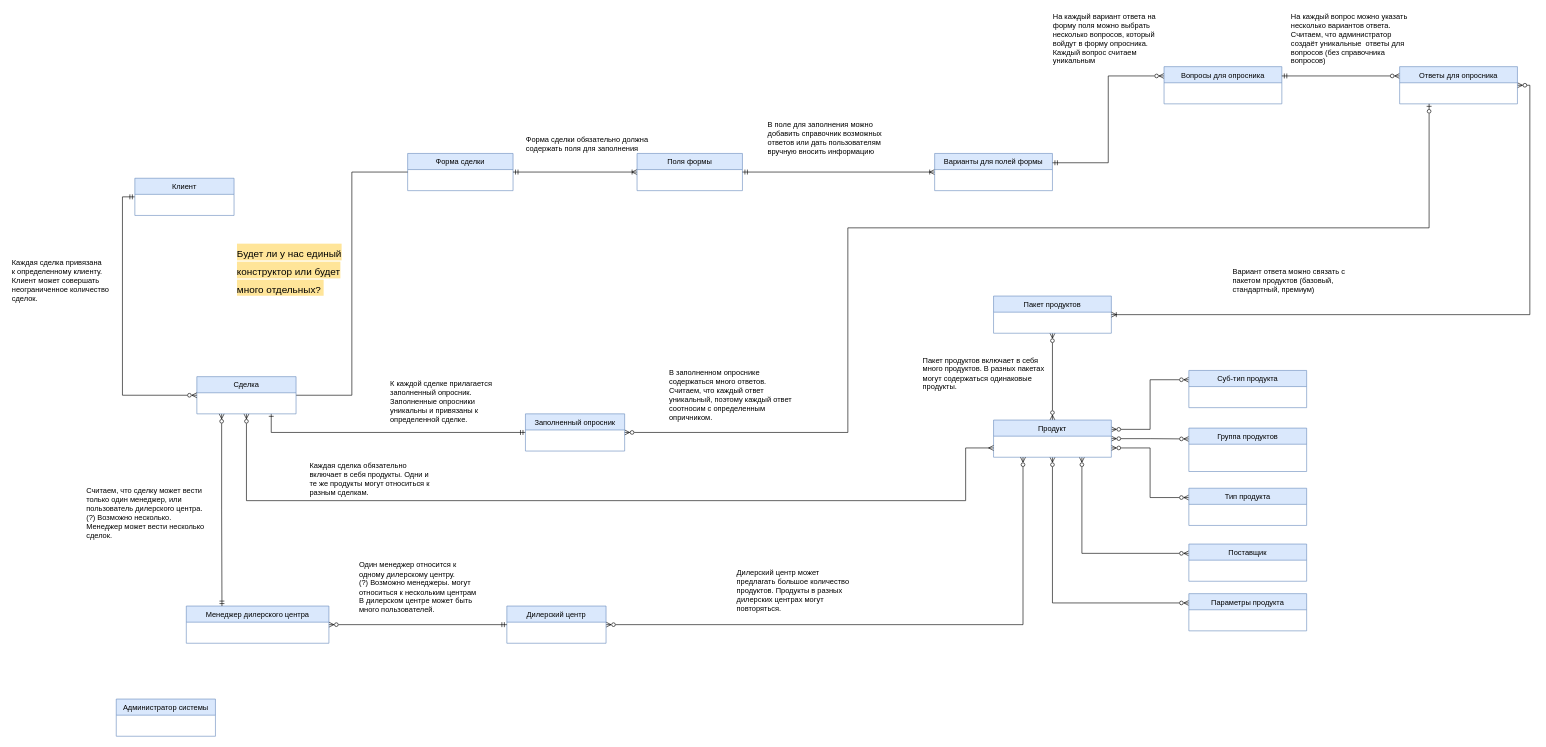
Before: Обновленная диаграмма 24 января.drawio in Kkorolyok/Diagrams, a draw.io diagram. Source tidied: cells renumbered, new cells numbered last; positions are measured from the earlier drawing's top-left corner, leaving out a move shared by most shapes. Both pictures are drawn from the tidied source at 62%, with x=0, y=0 at pixel (11, 11).
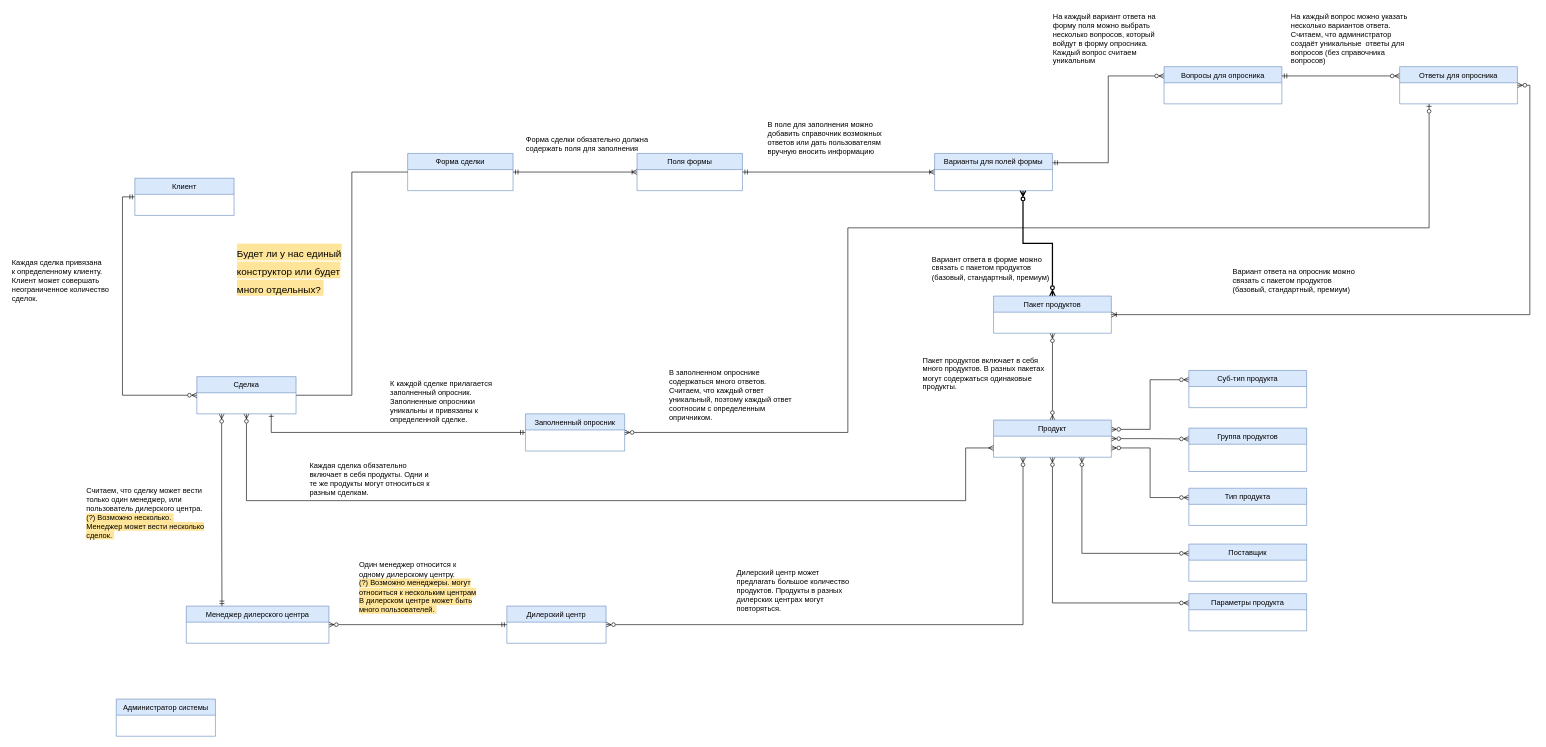
Above is the later version.

Unchanged cells that the change refers to:
```xml
<mxCell id="17" value="Варианты для полей формы" style="swimlane;fontStyle=0;align=center;verticalAlign=top;horizontal=1;startSize=26;rounded=0;shadow=0;strokeWidth=1;fillColor=#dae8fc;strokeColor=#6c8ebf;" parent="1" vertex="1">
  <mxGeometry x="1490" y="230" width="190" height="60" as="geometry" />
</mxCell>
<mxCell id="19" value="Пакет продуктов" style="swimlane;fontStyle=0;align=center;verticalAlign=top;horizontal=1;startSize=26;rounded=0;shadow=0;strokeWidth=1;fillColor=#dae8fc;strokeColor=#6c8ebf;" parent="1" vertex="1">
  <mxGeometry x="1585" y="460" width="190" height="60" as="geometry" />
</mxCell>
```

Diff of the diagram source:
```diff
@@
-    <mxCell id="2" value="Считаем, что сделку может вести только один менеджер, или пользователь дилерского центра.&lt;br&gt;(?) Возможно несколько.&amp;nbsp;&lt;br&gt;Менеджер может вести несколько сделок.&amp;nbsp;" style="text;html=1;strokeColor=none;fillColor=none;align=left;verticalAlign=middle;whiteSpace=wrap;rounded=0;" parent="1" vertex="1">
+    <mxCell id="2" value="Считаем, что сделку может вести только один менеджер, или пользователь дилерского центра.&lt;br&gt;&lt;span style=&quot;background-color: rgb(255, 229, 153);&quot;&gt;(?) Возможно несколько.&amp;nbsp;&lt;br&gt;Менеджер может вести несколько сделок.&amp;nbsp;&lt;/span&gt;" style="text;html=1;strokeColor=none;fillColor=none;align=left;verticalAlign=middle;whiteSpace=wrap;rounded=0;" parent="1" vertex="1">
       <mxGeometry x="120" y="750" width="200" height="120" as="geometry" />
     </mxCell>
-    <mxCell id="3" value="Один менеджер относится к одному дилерскому центру.&lt;br&gt;(?) Возможно менеджеры. могут относиться к нескольким центрам&lt;br&gt;В дилерском центре может быть много пользователей.&amp;nbsp;" style="text;html=1;strokeColor=none;fillColor=none;align=left;verticalAlign=middle;whiteSpace=wrap;rounded=0;" parent="1" vertex="1">
+    <mxCell id="3" value="Один менеджер относится к одному дилерскому центру.&lt;br&gt;&lt;span style=&quot;background-color: rgb(255, 229, 153);&quot;&gt;(?) Возможно менеджеры. могут относиться к нескольким центрам&lt;br&gt;В дилерском центре может быть много пользователей.&amp;nbsp;&lt;/span&gt;" style="text;html=1;strokeColor=none;fillColor=none;align=left;verticalAlign=middle;whiteSpace=wrap;rounded=0;" parent="1" vertex="1">
       <mxGeometry x="560" y="870" width="200" height="120" as="geometry" />
     </mxCell>
@@
-    <mxCell id="6" value="&lt;div style=&quot;text-align: left;&quot;&gt;Вариант ответа можно связать с пакетом продуктов (базовый, стандартный, премиум)&lt;/div&gt;" style="text;html=1;strokeColor=none;fillColor=none;align=center;verticalAlign=middle;whiteSpace=wrap;rounded=0;" parent="1" vertex="1">
+    <mxCell id="6" value="&lt;div style=&quot;text-align: left;&quot;&gt;Вариант ответа на опросник можно связать с пакетом продуктов (базовый, стандартный, премиум)&lt;/div&gt;" style="text;html=1;strokeColor=none;fillColor=none;align=center;verticalAlign=middle;whiteSpace=wrap;rounded=0;" parent="1" vertex="1">
       <mxGeometry x="1970" y="390" width="200" height="90" as="geometry" />
     </mxCell>
@@
+    <mxCell id="53" style="edgeStyle=orthogonalEdgeStyle;rounded=0;jettySize=auto;html=1;exitX=0.75;exitY=1;exitDx=0;exitDy=0;entryX=0.5;entryY=0;entryDx=0;entryDy=0;startArrow=ERzeroToMany;startFill=0;endArrow=ERzeroToMany;endFill=0;strokeWidth=2;" parent="1" edge="1" source="17" target="19">
+      <mxGeometry relative="1" as="geometry" />
+    </mxCell>
@@
+    <mxCell id="54" value="&lt;div style=&quot;text-align: left;&quot;&gt;Вариант ответа в форме можно связать с пакетом продуктов (базовый, стандартный, премиум)&lt;/div&gt;" style="text;html=1;strokeColor=none;fillColor=none;align=center;verticalAlign=middle;whiteSpace=wrap;rounded=0;" parent="1" vertex="1">
+      <mxGeometry x="1485" y="370" width="200" height="90" as="geometry" />
+    </mxCell>
```
